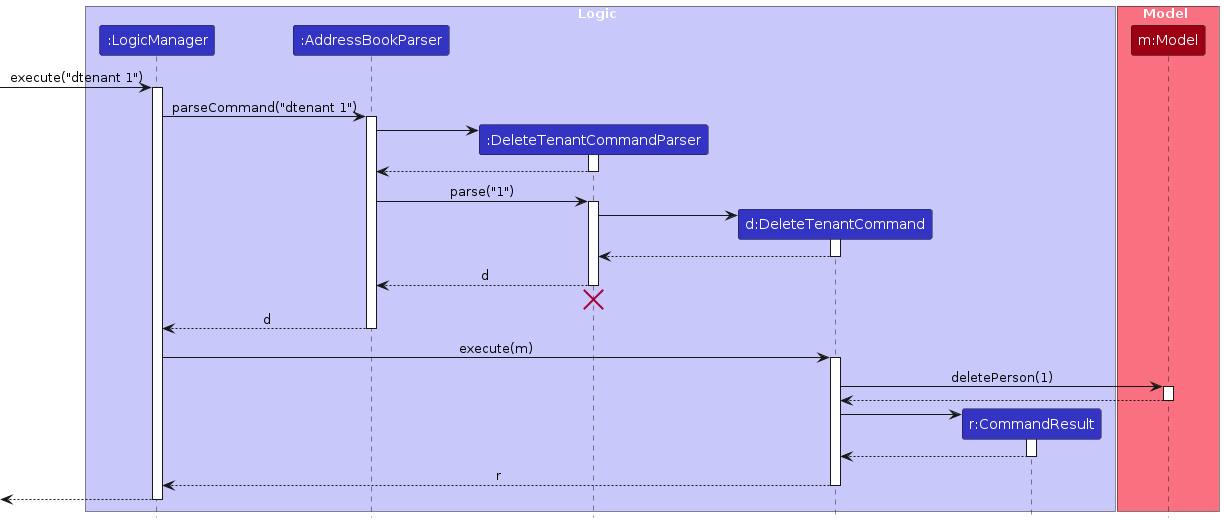
Above: diagrams/DeleteSequenceDiagram.png in AY2526S1-CS2103T-F08a-2/tp (PlantUML), before the change. Its source is kept beside it as diagrams/DeleteSequenceDiagram.puml. Its diagram source:
```plantuml
@startuml
!include style.puml
skinparam ArrowFontStyle plain

box Logic LOGIC_COLOR_T1
participant ":LogicManager" as LogicManager LOGIC_COLOR
participant ":AddressBookParser" as AddressBookParser LOGIC_COLOR
participant ":DeleteTenantCommandParser" as DeleteTenantCommandParser LOGIC_COLOR
participant "d:DeleteTenantCommand" as DeleteTenantCommand LOGIC_COLOR
participant "r:CommandResult" as CommandResult LOGIC_COLOR
end box

box Model MODEL_COLOR_T1
participant "m:Model" as Model MODEL_COLOR
end box

[-> LogicManager : execute("dtenant 1")
activate LogicManager

LogicManager -> AddressBookParser : parseCommand("dtenant 1")
activate AddressBookParser

create DeleteTenantCommandParser
AddressBookParser -> DeleteTenantCommandParser
activate DeleteTenantCommandParser

DeleteTenantCommandParser --> AddressBookParser
deactivate DeleteTenantCommandParser

AddressBookParser -> DeleteTenantCommandParser : parse("1")
activate DeleteTenantCommandParser

create DeleteTenantCommand
DeleteTenantCommandParser -> DeleteTenantCommand
activate DeleteTenantCommand

DeleteTenantCommand --> DeleteTenantCommandParser :
deactivate DeleteTenantCommand

DeleteTenantCommandParser --> AddressBookParser : d
deactivate DeleteTenantCommandParser
DeleteTenantCommandParser -[hidden]-> AddressBookParser
destroy DeleteTenantCommandParser

AddressBookParser --> LogicManager : d
deactivate AddressBookParser

LogicManager -> DeleteTenantCommand : execute(m)
activate DeleteTenantCommand

DeleteTenantCommand -> Model : deletePerson(1)
activate Model

Model --> DeleteTenantCommand
deactivate Model

create CommandResult
DeleteTenantCommand -> CommandResult
activate CommandResult

CommandResult --> DeleteTenantCommand
deactivate CommandResult

DeleteTenantCommand --> LogicManager : r
deactivate DeleteTenantCommand

[<--LogicManager
deactivate LogicManager
@enduml
```
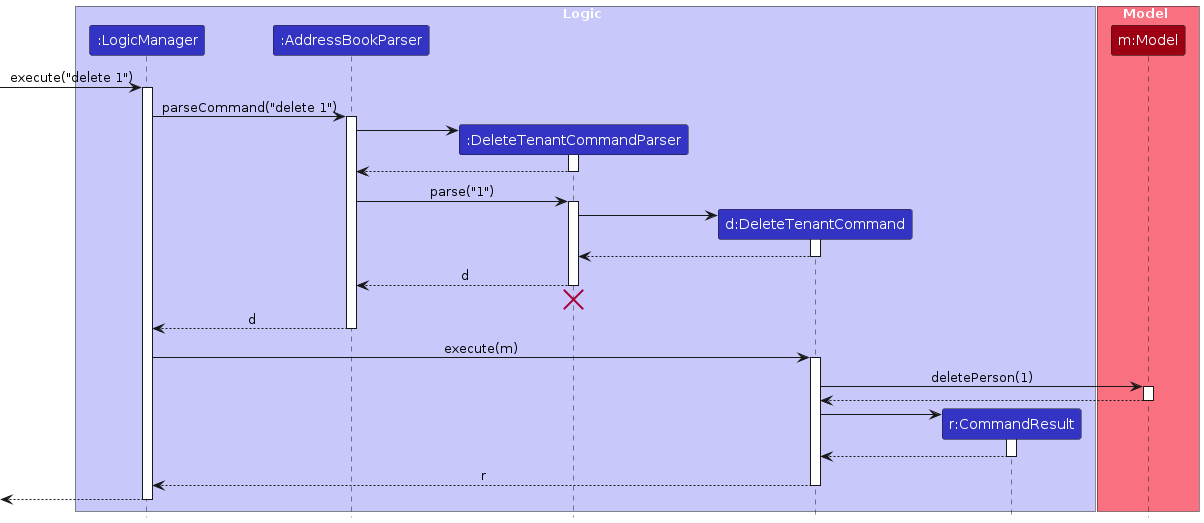
The same diagram one commit later.

Change to the diagram source:
```diff
@@ -14,10 +14,10 @@
 participant "m:Model" as Model MODEL_COLOR
 end box
 
-[-> LogicManager : execute("dtenant 1")
+[-> LogicManager : execute("delete 1")
 activate LogicManager
 
-LogicManager -> AddressBookParser : parseCommand("dtenant 1")
+LogicManager -> AddressBookParser : parseCommand("delete 1")
 activate AddressBookParser
 
 create DeleteTenantCommandParser
```
